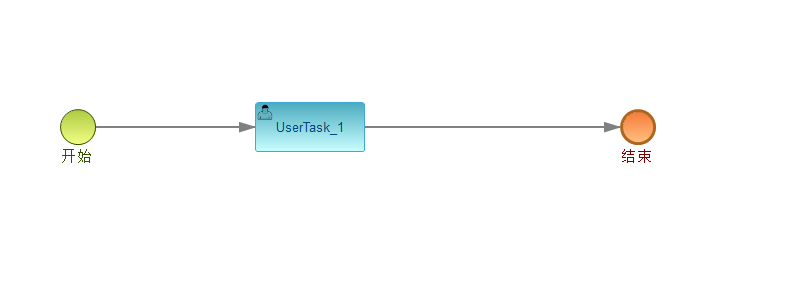
The BPMN diagram modules/foxbpm-engine/src/main/resources/template/flowtemplate/default_process/default_process.png in FoxBPM/FoxBPM, before a commit. Its source is kept beside it as modules/foxbpm-engine/src/main/resources/template/flowtemplate/default_process/default_process.bpmn. Ids are renumbered. Source of this version:
```xml
<bpmn2:definitions xmlns:xsi="http://www.w3.org/2001/XMLSchema-instance" xmlns="http://www.foxbpm.org" xmlns:bpmn2="http://www.omg.org/spec/BPMN/20100524/MODEL" xmlns:bpmndi="http://www.omg.org/spec/BPMN/20100524/DI" xmlns:dc="http://www.omg.org/spec/DD/20100524/DC" xmlns:di="http://www.omg.org/spec/DD/20100524/DI" xmlns:foxbpm="http://www.foxbpm.org/foxbpm" xmlns:xsd="http://www.w3.org/2001/XMLSchema" id="Definitions_1" targetNamespace="http://www.foxbpm.org">
  <bpmn2:process id="default_process" name="default process">
    <bpmn2:userTask id="UserTask_1" name="UserTask_1">
      <bpmn2:extensionElements>
        <foxbpm:taskCommand id="HandleCommand_1" name="提交" commandType="startandsubmit"/>
        <foxbpm:taskCommand id="HandleCommand_2" name="提交" commandType="submit"/>
        <foxbpm:taskCommand id="HandleCommand_3" name="流程状态" commandType="processStatus"/>
        <foxbpm:connectorInstanceElements connrctorType="flowConnector"/>
      </bpmn2:extensionElements>
      <bpmn2:incoming>SequenceFlow_5</bpmn2:incoming>
      <bpmn2:outgoing>SequenceFlow_2</bpmn2:outgoing>
      <bpmn2:potentialOwner id="PotentialOwner_1">
        <bpmn2:extensionElements>
          <foxbpm:connectorInstanceElements connrctorType="actorConnector">
            <foxbpm:connectorInstance connectorId="AllUserActorConnector" packageName="org.foxbpm.connector.actorconnector.AllUserActorConnector" className="AllUserActorConnector" connectorInstanceId="d13fa99a-db54-4231-b6f5-87d77f6fc248" connectorInstanceName="所有人" errorHandling="" type="actorconnector"/>
          </foxbpm:connectorInstanceElements>
        </bpmn2:extensionElements>
      </bpmn2:potentialOwner>
    </bpmn2:userTask>
    <bpmn2:sequenceFlow id="SequenceFlow_2" sourceRef="UserTask_1" targetRef="EndEvent_1"/>
    <bpmn2:endEvent id="EndEvent_1" name="结束">
      <bpmn2:incoming>SequenceFlow_2</bpmn2:incoming>
    </bpmn2:endEvent>
    <bpmn2:startEvent id="StartEvent_1" name="开始">
      <bpmn2:outgoing>SequenceFlow_5</bpmn2:outgoing>
    </bpmn2:startEvent>
    <bpmn2:sequenceFlow id="SequenceFlow_5" sourceRef="StartEvent_1" targetRef="UserTask_1"/>
  </bpmn2:process>
  <bpmndi:BPMNDiagram id="BPMNDiagram_1" name="Default Process Diagram">
    <bpmndi:BPMNPlane id="BPMNPlane_1" bpmnElement="default_process">
      <bpmndi:BPMNShape id="BPMNShape_2" bpmnElement="EndEvent_1">
        <dc:Bounds height="36.0" width="36.0" x="620.0" y="109.0"/>
      </bpmndi:BPMNShape>
      <bpmndi:BPMNShape id="BPMNShape_UserTask_1" bpmnElement="UserTask_1">
        <dc:Bounds height="50.0" width="110.0" x="255.0" y="102.0"/>
      </bpmndi:BPMNShape>
      <bpmndi:BPMNShape id="BPMNShape_StartEvent_2" bpmnElement="StartEvent_1">
        <dc:Bounds height="36.0" width="36.0" x="60.0" y="109.0"/>
      </bpmndi:BPMNShape>
      <bpmndi:BPMNEdge id="BPMNEdge_SequenceFlow_2" bpmnElement="SequenceFlow_2" sourceElement="BPMNShape_UserTask_1" targetElement="BPMNShape_2">
        <di:waypoint xsi:type="dc:Point" x="365.0" y="127.0"/>
        <di:waypoint xsi:type="dc:Point" x="479.0" y="127.0"/>
        <di:waypoint xsi:type="dc:Point" x="479.0" y="127.0"/>
        <di:waypoint xsi:type="dc:Point" x="620.0" y="127.0"/>
      </bpmndi:BPMNEdge>
      <bpmndi:BPMNEdge id="BPMNEdge_SequenceFlow_5" bpmnElement="SequenceFlow_5" sourceElement="BPMNShape_StartEvent_2" targetElement="BPMNShape_UserTask_1">
        <di:waypoint xsi:type="dc:Point" x="96.0" y="127.0"/>
        <di:waypoint xsi:type="dc:Point" x="167.0" y="127.0"/>
        <di:waypoint xsi:type="dc:Point" x="167.0" y="127.0"/>
        <di:waypoint xsi:type="dc:Point" x="255.0" y="127.0"/>
      </bpmndi:BPMNEdge>
    </bpmndi:BPMNPlane>
  </bpmndi:BPMNDiagram>
</bpmn2:definitions>
```
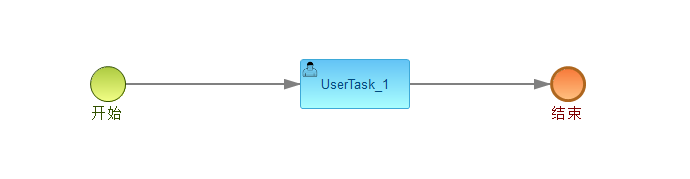
After the commit.

The edit, as a diff of the source:
```diff
@@ -1,5 +1,9 @@
 <bpmn2:definitions xmlns:xsi="http://www.w3.org/2001/XMLSchema-instance" xmlns="http://www.foxbpm.org" xmlns:bpmn2="http://www.omg.org/spec/BPMN/20100524/MODEL" xmlns:bpmndi="http://www.omg.org/spec/BPMN/20100524/DI" xmlns:dc="http://www.omg.org/spec/DD/20100524/DC" xmlns:di="http://www.omg.org/spec/DD/20100524/DI" xmlns:foxbpm="http://www.foxbpm.org/foxbpm" xmlns:xsd="http://www.w3.org/2001/XMLSchema" id="Definitions_1" targetNamespace="http://www.foxbpm.org">
-  <bpmn2:process id="default_process" name="default process">
+  <bpmn2:process id="default_process" name="default process ">
+    <bpmn2:startEvent id="StartEvent_1" name="开始">
+      <bpmn2:outgoing>SequenceFlow_5</bpmn2:outgoing>
+    </bpmn2:startEvent>
+    <bpmn2:sequenceFlow id="SequenceFlow_5" sourceRef="StartEvent_1" targetRef="UserTask_1"/>
     <bpmn2:userTask id="UserTask_1" name="UserTask_1">
       <bpmn2:extensionElements>
         <foxbpm:taskCommand id="HandleCommand_1" name="提交" commandType="startandsubmit"/>
@@ -21,33 +25,29 @@
     <bpmn2:endEvent id="EndEvent_1" name="结束">
       <bpmn2:incoming>SequenceFlow_2</bpmn2:incoming>
     </bpmn2:endEvent>
-    <bpmn2:startEvent id="StartEvent_1" name="开始">
-      <bpmn2:outgoing>SequenceFlow_5</bpmn2:outgoing>
-    </bpmn2:startEvent>
-    <bpmn2:sequenceFlow id="SequenceFlow_5" sourceRef="StartEvent_1" targetRef="UserTask_1"/>
   </bpmn2:process>
   <bpmndi:BPMNDiagram id="BPMNDiagram_1" name="Default Process Diagram">
     <bpmndi:BPMNPlane id="BPMNPlane_1" bpmnElement="default_process">
       <bpmndi:BPMNShape id="BPMNShape_2" bpmnElement="EndEvent_1">
-        <dc:Bounds height="36.0" width="36.0" x="620.0" y="109.0"/>
+        <dc:Bounds height="36.0" width="36.0" x="550.0" y="66.0"/>
+      </bpmndi:BPMNShape>
+      <bpmndi:BPMNShape id="BPMNShape_StartEvent_2" bpmnElement="StartEvent_1">
+        <dc:Bounds height="36.0" width="36.0" x="90.0" y="66.0"/>
       </bpmndi:BPMNShape>
       <bpmndi:BPMNShape id="BPMNShape_UserTask_1" bpmnElement="UserTask_1">
-        <dc:Bounds height="50.0" width="110.0" x="255.0" y="102.0"/>
-      </bpmndi:BPMNShape>
-      <bpmndi:BPMNShape id="BPMNShape_StartEvent_2" bpmnElement="StartEvent_1">
-        <dc:Bounds height="36.0" width="36.0" x="60.0" y="109.0"/>
+        <dc:Bounds height="50.0" width="110.0" x="300.0" y="59.0"/>
       </bpmndi:BPMNShape>
       <bpmndi:BPMNEdge id="BPMNEdge_SequenceFlow_2" bpmnElement="SequenceFlow_2" sourceElement="BPMNShape_UserTask_1" targetElement="BPMNShape_2">
-        <di:waypoint xsi:type="dc:Point" x="365.0" y="127.0"/>
-        <di:waypoint xsi:type="dc:Point" x="479.0" y="127.0"/>
-        <di:waypoint xsi:type="dc:Point" x="479.0" y="127.0"/>
-        <di:waypoint xsi:type="dc:Point" x="620.0" y="127.0"/>
+        <di:waypoint xsi:type="dc:Point" x="410.0" y="84.0"/>
+        <di:waypoint xsi:type="dc:Point" x="473.0" y="84.0"/>
+        <di:waypoint xsi:type="dc:Point" x="473.0" y="84.0"/>
+        <di:waypoint xsi:type="dc:Point" x="550.0" y="84.0"/>
       </bpmndi:BPMNEdge>
       <bpmndi:BPMNEdge id="BPMNEdge_SequenceFlow_5" bpmnElement="SequenceFlow_5" sourceElement="BPMNShape_StartEvent_2" targetElement="BPMNShape_UserTask_1">
-        <di:waypoint xsi:type="dc:Point" x="96.0" y="127.0"/>
-        <di:waypoint xsi:type="dc:Point" x="167.0" y="127.0"/>
-        <di:waypoint xsi:type="dc:Point" x="167.0" y="127.0"/>
-        <di:waypoint xsi:type="dc:Point" x="255.0" y="127.0"/>
+        <di:waypoint xsi:type="dc:Point" x="126.0" y="84.0"/>
+        <di:waypoint xsi:type="dc:Point" x="204.0" y="84.0"/>
+        <di:waypoint xsi:type="dc:Point" x="204.0" y="84.0"/>
+        <di:waypoint xsi:type="dc:Point" x="300.0" y="84.0"/>
       </bpmndi:BPMNEdge>
     </bpmndi:BPMNPlane>
   </bpmndi:BPMNDiagram>
```
